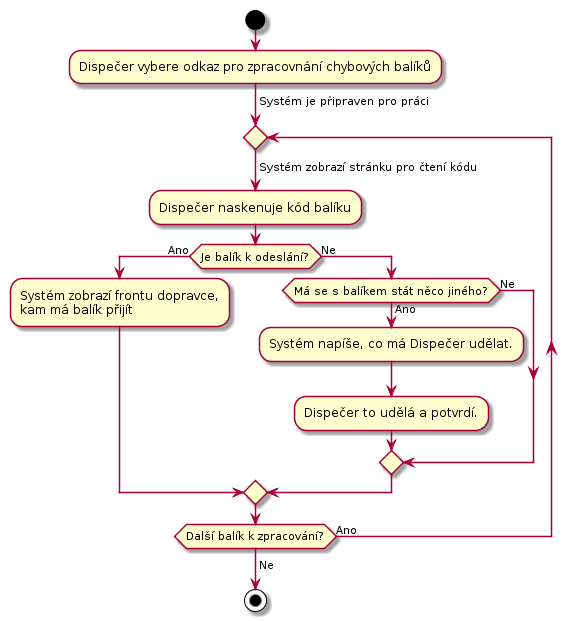
This is docs/diagrams/out/uc-24-activity.png from Internet-Handel/postman, a PlantUML export, as it was before one commit.
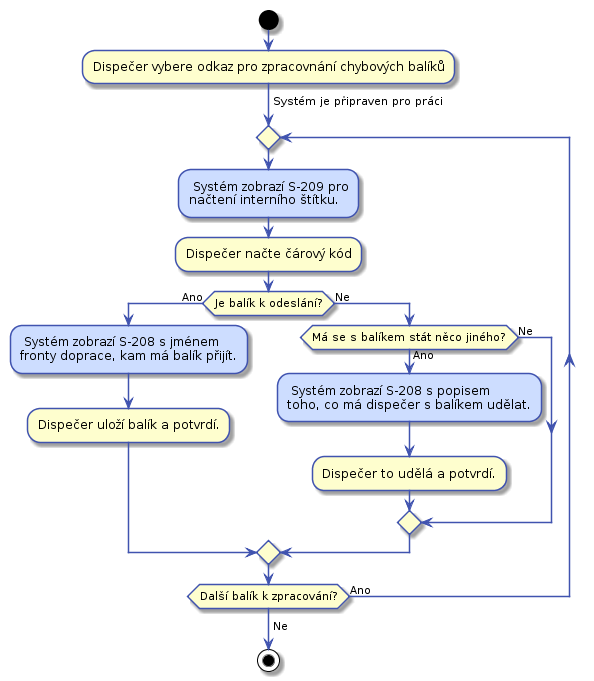
After the change.

The edit, as a diff of the source:
```diff
@@ -1,4 +1,16 @@
 @startuml
+
+skinparam activity {
+    BorderColor #4053AF
+    ArrowColor #4053AF
+    FontName Roboto
+}
+
+skinparam activityDiamond {
+    BorderColor #4053AF
+    ArrowColor #4053AF
+    FontName Roboto
+}
 start
 
 :Dispečer vybere odkaz pro zpracovnání chybových balíků;
@@ -6,14 +18,18 @@
 -> Systém je připraven pro práci;
 
 repeat
-    -> Systém zobrazí stránku pro čtení kódu;
-    :Dispečer naskenuje kód balíku;
+    #CDDDFF: Systém zobrazí S-209 pro
+    načtení interního štítku.;
+    :Dispečer načte čárový kód;
+
     if (Je balík k odeslání?) then (Ano)
-        :Systém zobrazí frontu dopravce,
-        kam má balík přijít;
+        #CDDDFF: Systém zobrazí S-208 s jménem
+        fronty doprace, kam má balík přijít.;
+        :Dispečer uloží balík a potvrdí.;
     else (Ne)
         if (Má se s balíkem stát něco jiného?) then (Ano)
-            :Systém napíše, co má Dispečer udělat.;
+            #CDDDFF: Systém zobrazí S-208 s popisem
+            toho, co má dispečer s balíkem udělat.;
             :Dispečer to udělá a potvrdí.;
         else (Ne)
         endif
```
